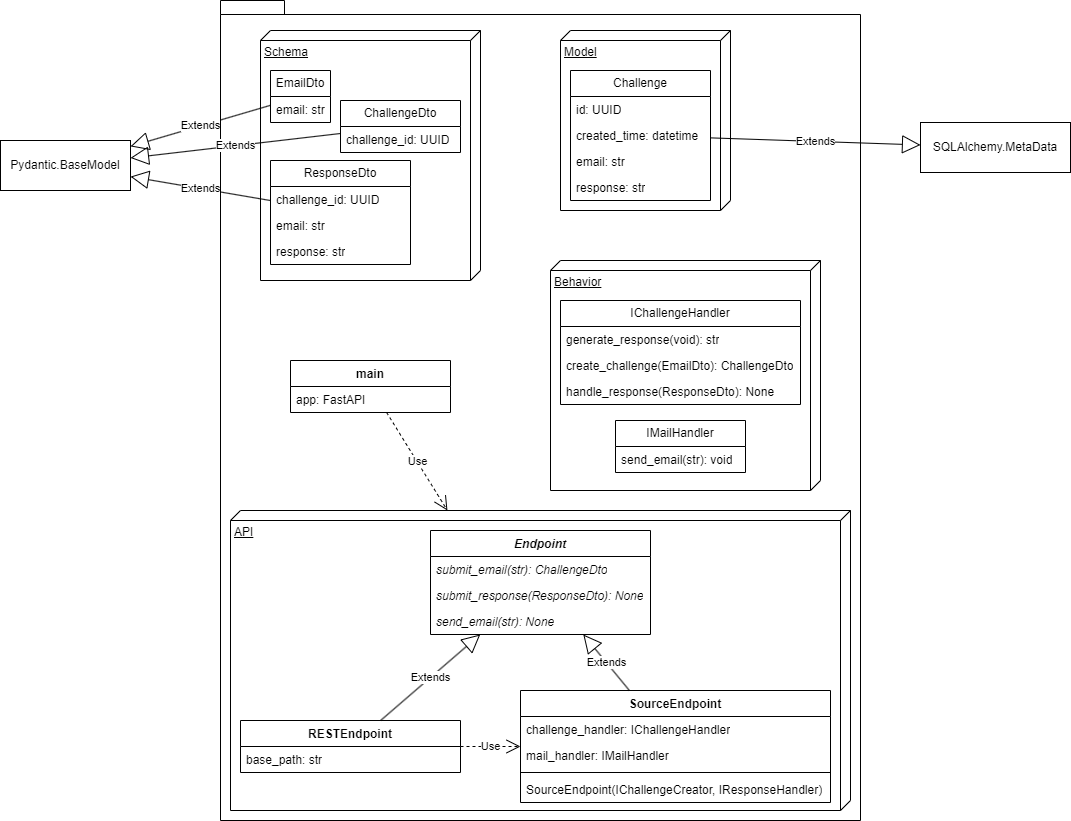
mwhicks-dev/authmail keeps this draw.io diagram as docs/uml.png. Above is the earlier version. Source tidied: cells renumbered, new cells last; positions are measured from the earlier drawing's top-left corner, leaving out a move shared by most shapes.
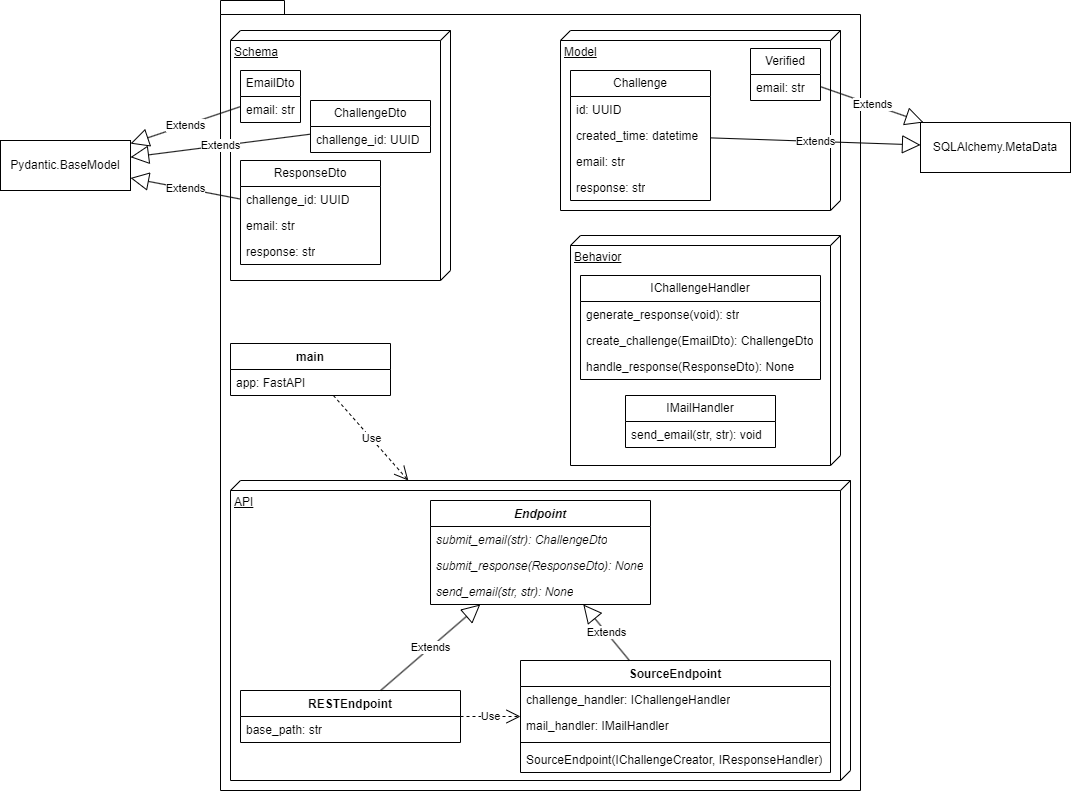
Above is the later version.

Commit message:
Email send now required sender, must be verified #1

The edit, as a diff of the source:
```diff
@@ -3,34 +3,34 @@
     <mxCell id="0" />
     <mxCell id="1" parent="0" />
     <mxCell id="2" style="shape=folder;fontStyle=1;spacingTop=10;tabWidth=40;tabHeight=14;tabPosition=left;html=1;whiteSpace=wrap;" parent="1" vertex="1">
-      <mxGeometry x="220" width="640" height="820" as="geometry" />
+      <mxGeometry x="220" width="640" height="790" as="geometry" />
     </mxCell>
     <mxCell id="3" value="API" style="verticalAlign=top;align=left;spacingTop=8;spacingLeft=2;spacingRight=12;shape=cube;size=10;direction=south;fontStyle=4;html=1;whiteSpace=wrap;" parent="1" vertex="1">
-      <mxGeometry x="230" y="510" width="620" height="300" as="geometry" />
+      <mxGeometry x="230" y="480" width="620" height="300" as="geometry" />
     </mxCell>
     <mxCell id="4" value="Behavior" style="verticalAlign=top;align=left;spacingTop=8;spacingLeft=2;spacingRight=12;shape=cube;size=10;direction=south;fontStyle=4;html=1;whiteSpace=wrap;" parent="1" vertex="1">
-      <mxGeometry x="550" y="260" width="270" height="230" as="geometry" />
+      <mxGeometry x="570" y="235" width="270" height="230" as="geometry" />
     </mxCell>
     <mxCell id="5" value="Model" style="verticalAlign=top;align=left;spacingTop=8;spacingLeft=2;spacingRight=12;shape=cube;size=10;direction=south;fontStyle=4;html=1;whiteSpace=wrap;" parent="1" vertex="1">
-      <mxGeometry x="560" y="30" width="170" height="180" as="geometry" />
+      <mxGeometry x="560" y="30" width="280" height="180" as="geometry" />
     </mxCell>
     <mxCell id="6" value="Schema" style="verticalAlign=top;align=left;spacingTop=8;spacingLeft=2;spacingRight=12;shape=cube;size=10;direction=south;fontStyle=4;html=1;whiteSpace=wrap;" parent="1" vertex="1">
-      <mxGeometry x="260" y="30" width="220" height="250" as="geometry" />
+      <mxGeometry x="230" y="30" width="220" height="250" as="geometry" />
     </mxCell>
     <mxCell id="7" value="EmailDto" style="swimlane;fontStyle=0;horizontal=1;startSize=26;fillColor=none;whiteSpace=wrap;html=1;" parent="1" vertex="1">
-      <mxGeometry x="270" y="70" width="60" height="52" as="geometry" />
+      <mxGeometry x="240" y="70" width="60" height="52" as="geometry" />
     </mxCell>
     <mxCell id="8" value="email: str" style="text;strokeColor=none;fillColor=none;align=left;verticalAlign=top;spacingLeft=4;spacingRight=4;overflow=hidden;whiteSpace=wrap;html=1;" parent="7" vertex="1">
       <mxGeometry y="26" width="60" height="26" as="geometry" />
     </mxCell>
     <mxCell id="9" value="ChallengeDto" style="swimlane;fontStyle=0;horizontal=1;startSize=26;fillColor=none;whiteSpace=wrap;html=1;" parent="1" vertex="1">
-      <mxGeometry x="340" y="100" width="120" height="52" as="geometry" />
+      <mxGeometry x="310" y="100" width="120" height="52" as="geometry" />
     </mxCell>
     <mxCell id="10" value="challenge_id: UUID" style="text;strokeColor=none;fillColor=none;align=left;verticalAlign=top;spacingLeft=4;spacingRight=4;overflow=hidden;whiteSpace=wrap;html=1;" parent="9" vertex="1">
       <mxGeometry y="26" width="120" height="26" as="geometry" />
     </mxCell>
     <mxCell id="11" value="ResponseDto" style="swimlane;fontStyle=0;horizontal=1;startSize=26;fillColor=none;whiteSpace=wrap;html=1;" parent="1" vertex="1">
-      <mxGeometry x="270" y="160" width="140" height="104" as="geometry" />
+      <mxGeometry x="240" y="160" width="140" height="104" as="geometry" />
     </mxCell>
     <mxCell id="12" value="challenge_id: UUID" style="text;strokeColor=none;fillColor=none;align=left;verticalAlign=top;spacingLeft=4;spacingRight=4;overflow=hidden;whiteSpace=wrap;html=1;" parent="11" vertex="1">
       <mxGeometry y="26" width="140" height="26" as="geometry" />
@@ -75,7 +75,7 @@
       <mxGeometry relative="1" as="geometry" />
     </mxCell>
     <mxCell id="26" value="IChallengeHandler" style="swimlane;fontStyle=0;horizontal=1;startSize=26;fillColor=none;whiteSpace=wrap;html=1;" parent="1" vertex="1">
-      <mxGeometry x="560" y="300" width="240" height="104" as="geometry" />
+      <mxGeometry x="580" y="275" width="240" height="104" as="geometry" />
     </mxCell>
     <mxCell id="27" value="generate_response(void): str" style="text;strokeColor=none;fillColor=none;align=left;verticalAlign=top;spacingLeft=4;spacingRight=4;overflow=hidden;whiteSpace=wrap;html=1;" parent="26" vertex="1">
       <mxGeometry y="26" width="240" height="26" as="geometry" />
@@ -87,7 +87,7 @@
       <mxGeometry y="78" width="240" height="26" as="geometry" />
     </mxCell>
     <mxCell id="30" value="&lt;i&gt;Endpoint&lt;/i&gt;" style="swimlane;fontStyle=1;align=center;verticalAlign=top;horizontal=1;startSize=26;whiteSpace=wrap;html=1;" parent="1" vertex="1">
-      <mxGeometry x="430" y="530" width="220" height="104" as="geometry" />
+      <mxGeometry x="430" y="500" width="220" height="104" as="geometry" />
     </mxCell>
     <mxCell id="31" value="&lt;i&gt;submit_email(str): ChallengeDto&lt;/i&gt;" style="text;strokeColor=none;fillColor=none;align=left;verticalAlign=top;spacingLeft=4;spacingRight=4;overflow=hidden;whiteSpace=wrap;html=1;" parent="30" vertex="1">
       <mxGeometry y="26" width="220" height="26" as="geometry" />
@@ -95,11 +95,11 @@
     <mxCell id="32" value="&lt;i&gt;submit_response(ResponseDto): None&lt;/i&gt;" style="text;strokeColor=none;fillColor=none;align=left;verticalAlign=top;spacingLeft=4;spacingRight=4;overflow=hidden;whiteSpace=wrap;html=1;" parent="30" vertex="1">
       <mxGeometry y="52" width="220" height="26" as="geometry" />
     </mxCell>
-    <mxCell id="33" value="&lt;i&gt;send_email(str): None&lt;/i&gt;" style="text;strokeColor=none;fillColor=none;align=left;verticalAlign=top;spacingLeft=4;spacingRight=4;overflow=hidden;whiteSpace=wrap;html=1;" parent="30" vertex="1">
+    <mxCell id="33" value="&lt;i&gt;send_email(str, str): None&lt;/i&gt;" style="text;strokeColor=none;fillColor=none;align=left;verticalAlign=top;spacingLeft=4;spacingRight=4;overflow=hidden;whiteSpace=wrap;html=1;" parent="30" vertex="1">
       <mxGeometry y="78" width="220" height="26" as="geometry" />
     </mxCell>
     <mxCell id="34" value="SourceEndpoint" style="swimlane;fontStyle=1;align=center;verticalAlign=top;horizontal=1;startSize=26;whiteSpace=wrap;html=1;" parent="1" vertex="1">
-      <mxGeometry x="520" y="690" width="310" height="112" as="geometry" />
+      <mxGeometry x="520" y="660" width="310" height="112" as="geometry" />
     </mxCell>
     <mxCell id="35" value="challenge_handler: IChallengeHandler" style="text;strokeColor=none;fillColor=none;align=left;verticalAlign=top;spacingLeft=4;spacingRight=4;overflow=hidden;whiteSpace=wrap;html=1;" parent="34" vertex="1">
       <mxGeometry y="26" width="310" height="26" as="geometry" />
@@ -114,7 +114,7 @@
       <mxGeometry y="86" width="310" height="26" as="geometry" />
     </mxCell>
     <mxCell id="39" value="RESTEndpoint" style="swimlane;fontStyle=1;align=center;verticalAlign=top;horizontal=1;startSize=26;whiteSpace=wrap;html=1;" parent="1" vertex="1">
-      <mxGeometry x="240" y="720" width="220" height="52" as="geometry" />
+      <mxGeometry x="240" y="690" width="220" height="52" as="geometry" />
     </mxCell>
     <mxCell id="40" value="base_path: str" style="text;strokeColor=none;fillColor=none;align=left;verticalAlign=top;spacingLeft=4;spacingRight=4;overflow=hidden;whiteSpace=wrap;html=1;" parent="39" vertex="1">
       <mxGeometry y="26" width="220" height="26" as="geometry" />
@@ -129,7 +129,7 @@
       <mxGeometry relative="1" as="geometry" />
     </mxCell>
     <mxCell id="44" value="main" style="swimlane;fontStyle=1;align=center;verticalAlign=top;horizontal=1;startSize=26;whiteSpace=wrap;html=1;" parent="1" vertex="1">
-      <mxGeometry x="290" y="360" width="160" height="52" as="geometry" />
+      <mxGeometry x="230" y="343" width="160" height="52" as="geometry" />
     </mxCell>
     <mxCell id="45" value="app: FastAPI" style="text;strokeColor=none;fillColor=none;align=left;verticalAlign=top;spacingLeft=4;spacingRight=4;overflow=hidden;whiteSpace=wrap;html=1;" parent="44" vertex="1">
       <mxGeometry y="26" width="160" height="26" as="geometry" />
@@ -138,10 +138,19 @@
       <mxGeometry relative="1" as="geometry" />
     </mxCell>
     <mxCell id="47" value="IMailHandler" style="swimlane;fontStyle=0;horizontal=1;startSize=26;fillColor=none;whiteSpace=wrap;html=1;" parent="1" vertex="1">
-      <mxGeometry x="615" y="420" width="130" height="52" as="geometry" />
+      <mxGeometry x="625" y="395" width="150" height="52" as="geometry" />
     </mxCell>
-    <mxCell id="48" value="send_email(str): void" style="text;strokeColor=none;fillColor=none;align=left;verticalAlign=top;spacingLeft=4;spacingRight=4;overflow=hidden;whiteSpace=wrap;html=1;" parent="47" vertex="1">
-      <mxGeometry y="26" width="130" height="26" as="geometry" />
+    <mxCell id="48" value="send_email(str, str): void" style="text;strokeColor=none;fillColor=none;align=left;verticalAlign=top;spacingLeft=4;spacingRight=4;overflow=hidden;whiteSpace=wrap;html=1;" parent="47" vertex="1">
+      <mxGeometry y="26" width="150" height="26" as="geometry" />
     </mxCell>
+    <mxCell id="49" value="Verified" style="swimlane;fontStyle=0;horizontal=1;startSize=26;fillColor=none;whiteSpace=wrap;html=1;" parent="1" vertex="1">
+      <mxGeometry x="750" y="48" width="70" height="52" as="geometry" />
+    </mxCell>
+    <mxCell id="50" value="email: str" style="text;strokeColor=none;fillColor=none;align=left;verticalAlign=top;spacingLeft=4;spacingRight=4;overflow=hidden;whiteSpace=wrap;html=1;" parent="49" vertex="1">
+      <mxGeometry y="26" width="70" height="26" as="geometry" />
+    </mxCell>
+    <mxCell id="51" value="Extends" style="endArrow=block;endSize=16;endFill=0;html=1;rounded=0;" parent="1" edge="1" source="49" target="24">
+      <mxGeometry relative="1" as="geometry" />
+    </mxCell>
   </root>
 </mxGraphModel>
```
